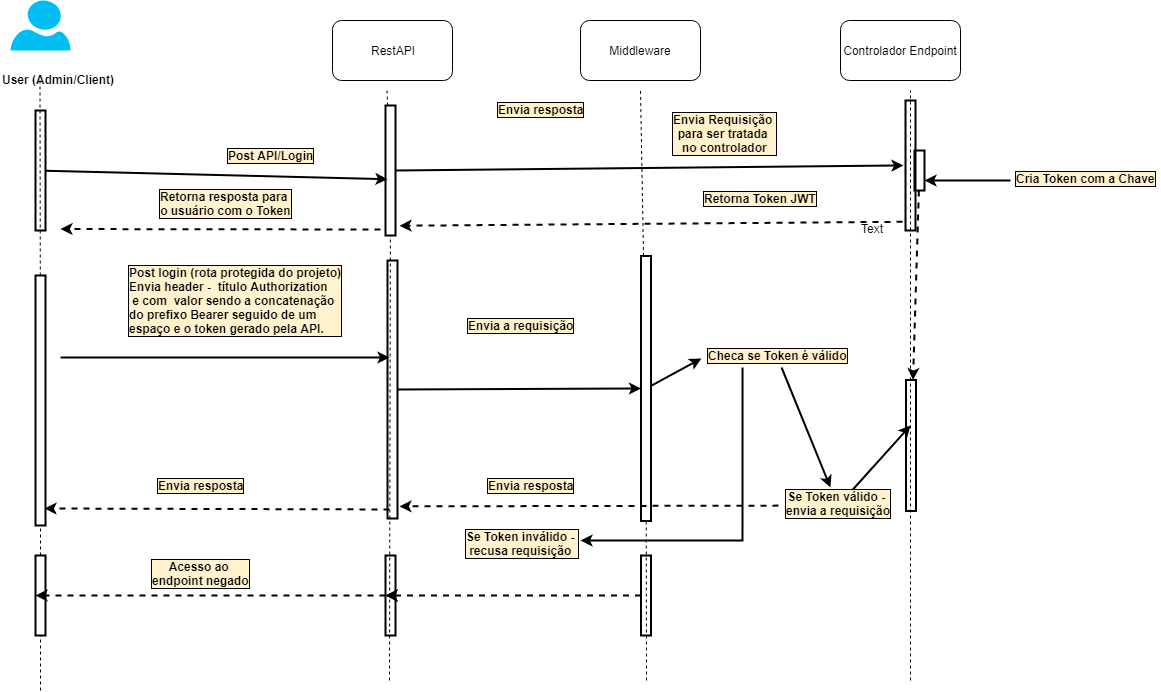
Before: img/auth_diagram.png, a diagram exported from draw.io (tainahemmanuele/gatinhamisterio). Source tidied: cells renumbered, new cells last; positions are measured from the earlier drawing's top-left corner, leaving out a move shared by most shapes.
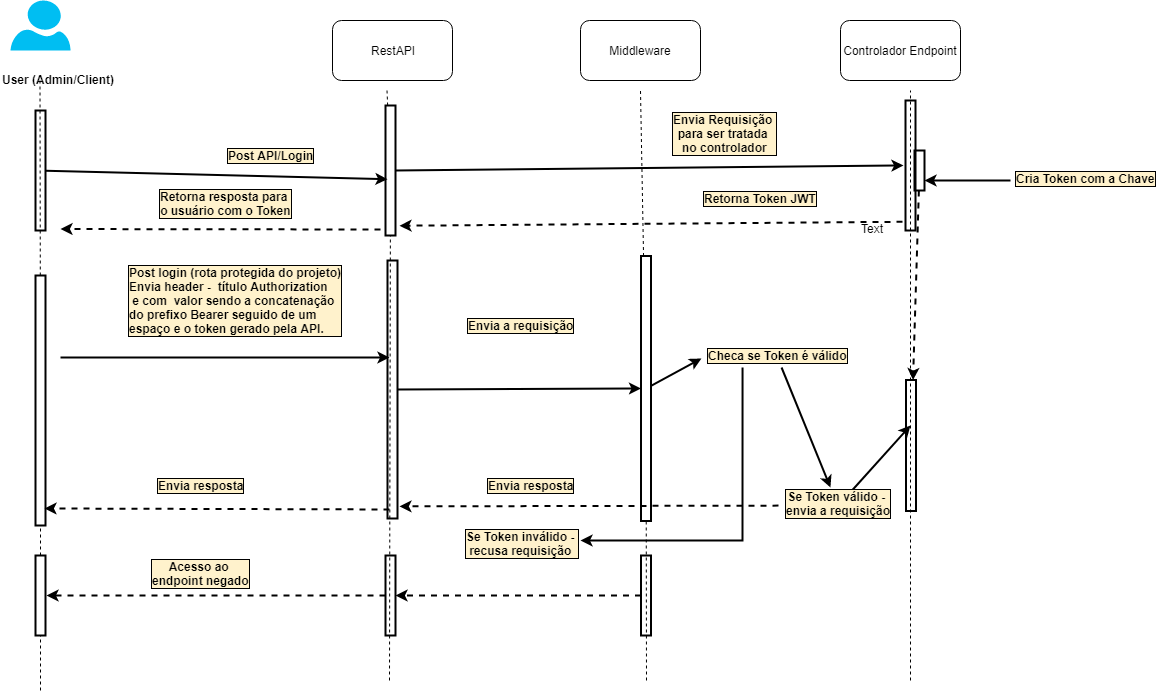
After the change.

Commit message:
Adicionado diagrama de autenticação, arquivo para editar no sisite (https://www.draw.io/)

The edit, as a diff of the source:
```diff
@@ -91,9 +91,6 @@
     <mxCell id="26" value="&lt;b&gt;Acesso ao &lt;br&gt;endpoint negado&lt;/b&gt;" style="text;html=1;align=center;verticalAlign=middle;spacingTop=-4;labelBackgroundColor=#FFF2CC;labelBorderColor=#000000;strokeColor=none;dashed=1;shadow=0;" parent="1" vertex="1">
       <mxGeometry x="230" y="560" width="110" height="30" as="geometry" />
     </mxCell>
-    <mxCell id="27" value="&lt;b&gt;Envia resposta&lt;/b&gt;" style="text;html=1;align=center;verticalAlign=middle;spacingTop=-4;labelBackgroundColor=#FFF2CC;labelBorderColor=#000000;strokeColor=none;dashed=1;shadow=0;" parent="1" vertex="1">
-      <mxGeometry x="575" y="101" width="100" height="20" as="geometry" />
-    </mxCell>
     <mxCell id="28" style="edgeStyle=none;rounded=0;jettySize=auto;html=1;strokeColor=#000000;strokeWidth=2;entryX=0.567;entryY=0.8;entryDx=0;entryDy=0;entryPerimeter=0;" parent="1" edge="1" source="29" target="31">
       <mxGeometry relative="1" as="geometry" />
     </mxCell>
@@ -171,7 +168,7 @@
     <mxCell id="49" value="&lt;b&gt;Envia resposta&lt;/b&gt;" style="text;html=1;align=center;verticalAlign=middle;spacingTop=-4;labelBackgroundColor=#FFF2CC;labelBorderColor=#000000;strokeColor=none;dashed=1;shadow=0;" parent="1" vertex="1">
       <mxGeometry x="235" y="477" width="100" height="20" as="geometry" />
     </mxCell>
-    <mxCell id="50" style="edgeStyle=none;rounded=0;jettySize=auto;html=1;entryX=0.5;entryY=1;entryDx=0;entryDy=0;strokeColor=#000000;strokeWidth=2;dashed=1;" parent="1" edge="1" source="51" target="57">
+    <mxCell id="50" style="edgeStyle=none;rounded=0;jettySize=auto;html=1;entryX=0.5;entryY=0;entryDx=0;entryDy=0;strokeColor=#000000;strokeWidth=2;dashed=1;" parent="1" edge="1" source="51" target="57">
       <mxGeometry relative="1" as="geometry" />
     </mxCell>
     <mxCell id="51" style="rounded=0;whiteSpace=wrap;html=1;shadow=0;labelBackgroundColor=#ffffff;strokeColor=#000000;fillColor=none;rotation=90;strokeWidth=2;" parent="1" vertex="1">
@@ -191,14 +188,13 @@
         <mxPoint x="125" y="690" as="sourcePoint" />
       </mxGeometry>
     </mxCell>
-    <mxCell id="56" style="edgeStyle=none;rounded=0;jettySize=auto;html=1;entryX=0.5;entryY=1;entryDx=0;entryDy=0;dashed=1;strokeColor=#000000;strokeWidth=2;" parent="1" edge="1" source="57" target="54">
-      <mxGeometry relative="1" as="geometry" />
+    <mxCell id="56" style="edgeStyle=none;rounded=0;jettySize=auto;html=1;dashed=1;strokeColor=#000000;strokeWidth=2;" parent="1" edge="1" source="57">
+      <mxGeometry relative="1" as="geometry">
+        <mxPoint x="145" y="609" as="targetPoint" />
+      </mxGeometry>
     </mxCell>
     <mxCell id="57" style="rounded=0;whiteSpace=wrap;html=1;shadow=0;labelBackgroundColor=#ffffff;strokeColor=#000000;fillColor=none;rotation=90;strokeWidth=2;" parent="1" vertex="1">
       <mxGeometry x="435" y="590" width="80" height="10" as="geometry" />
     </mxCell>
-    <mxCell id="58" style="edgeStyle=none;rounded=0;orthogonalLoop=1;jettySize=auto;html=1;exitX=0.5;exitY=0;exitDx=0;exitDy=0;entryX=0.5;entryY=1;entryDx=0;entryDy=0;strokeColor=#000000;strokeWidth=2;" parent="1" edge="1" source="57" target="57">
-      <mxGeometry relative="1" as="geometry" />
-    </mxCell>
   </root>
 </mxGraphModel>
```
